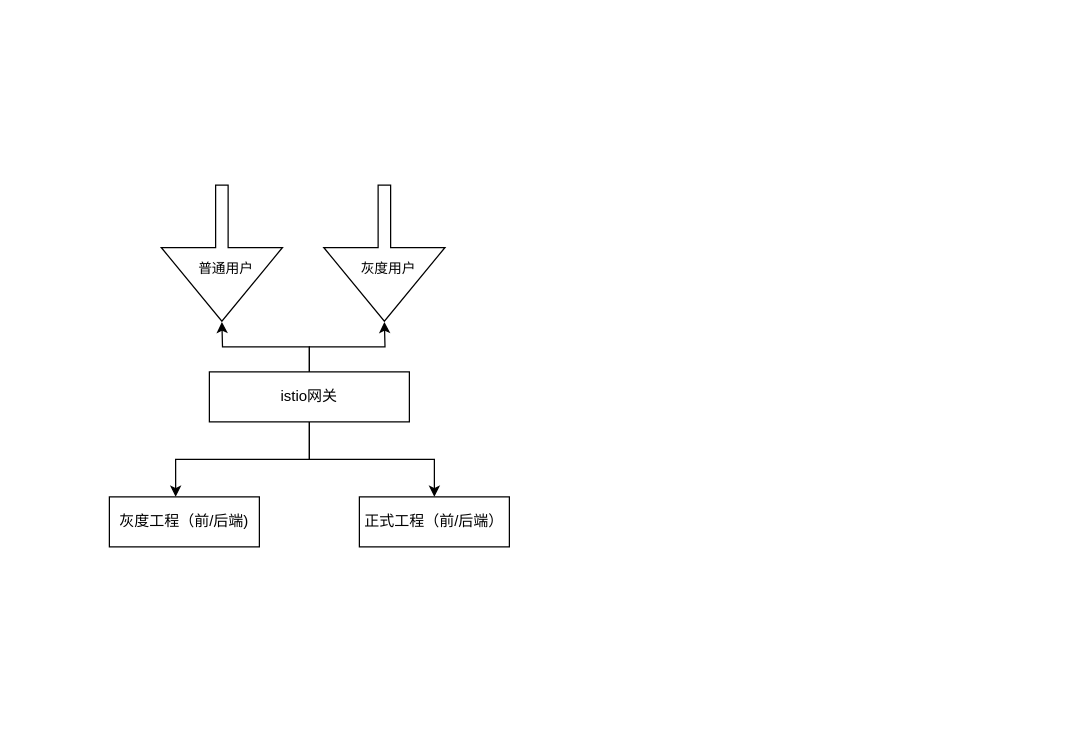
Before: istio可行性.drawio in sologgfun/mydrawio, a draw.io diagram. Source tidied: cells renumbered, new cells numbered last; positions are measured from the earlier drawing's top-left corner, leaving out a move shared by most shapes. Both pictures are drawn from the tidied source at 125%, with x=0, y=0 at pixel (109, 184).
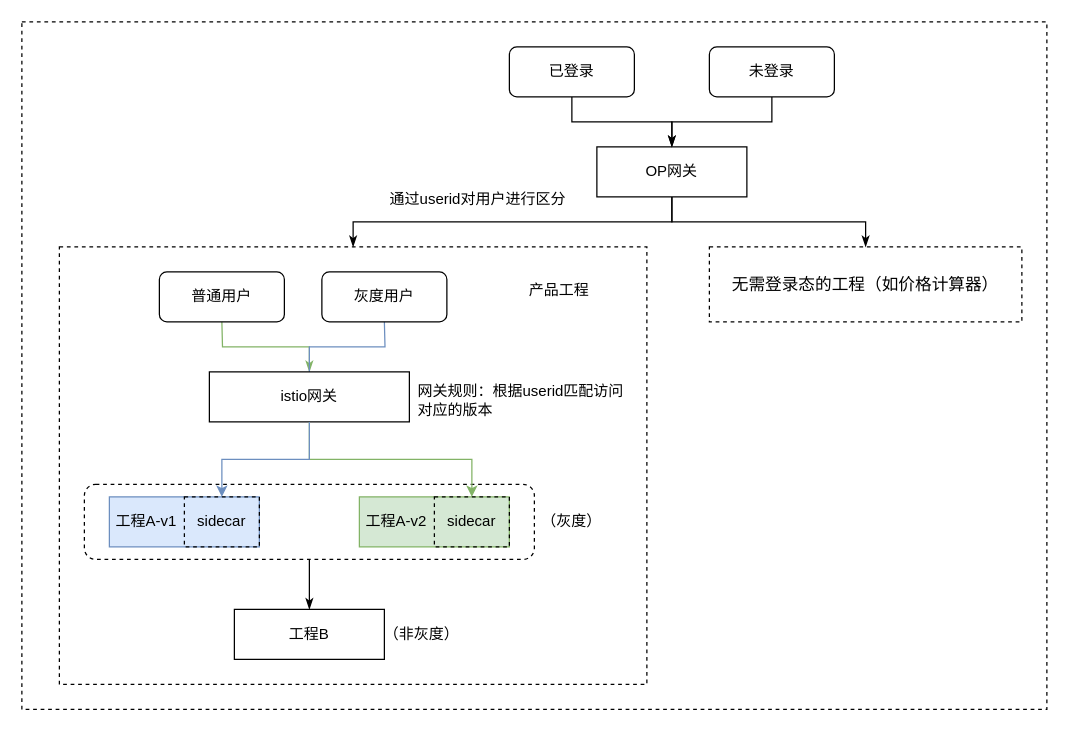
Above is the later version.

The change refers to these unchanged cells:
```xml
<mxCell id="6" value="istio网关" style="rounded=0;whiteSpace=wrap;html=1;" parent="1" vertex="1">
  <mxGeometry x="80" y="150" width="160" height="40" as="geometry" />
</mxCell>
```

Change to the diagram source:
```diff
@@
-    <mxCell id="2" style="edgeStyle=orthogonalEdgeStyle;rounded=0;jettySize=auto;html=1;" parent="1" edge="1" source="6" target="12">
-      <mxGeometry relative="1" as="geometry" />
-    </mxCell>
-    <mxCell id="3" style="edgeStyle=orthogonalEdgeStyle;rounded=0;jettySize=auto;html=1;entryX=0.442;entryY=0;entryDx=0;entryDy=0;entryPerimeter=0;" parent="1" edge="1" source="6" target="11">
-      <mxGeometry relative="1" as="geometry" />
-    </mxCell>
+    <mxCell id="13" style="rounded=0;whiteSpace=wrap;html=1;dashed=1;" parent="1" vertex="1">
+      <mxGeometry x="-70" y="-130" width="820" height="550" as="geometry" />
+    </mxCell>
+    <mxCell id="14" style="edgeStyle=orthogonalEdgeStyle;rounded=0;jettySize=auto;html=1;startArrow=none;startFill=0;endArrow=classicThin;endFill=1;" parent="1" edge="1" source="16" target="23">
+      <mxGeometry relative="1" as="geometry" />
+    </mxCell>
+    <mxCell id="15" style="edgeStyle=orthogonalEdgeStyle;rounded=0;jettySize=auto;html=1;entryX=0.5;entryY=0;entryDx=0;entryDy=0;startArrow=none;startFill=0;endArrow=classicThin;endFill=1;" parent="1" edge="1" source="16" target="21">
+      <mxGeometry relative="1" as="geometry" />
+    </mxCell>
+    <mxCell id="16" value="OP网关" style="rounded=0;whiteSpace=wrap;html=1;fillColor=none;" parent="1" vertex="1">
+      <mxGeometry x="390" y="-30" width="120" height="40" as="geometry" />
+    </mxCell>
+    <mxCell id="17" style="edgeStyle=orthogonalEdgeStyle;rounded=0;jettySize=auto;html=1;entryX=0.5;entryY=0;entryDx=0;entryDy=0;startArrow=none;startFill=0;endArrow=classicThin;endFill=1;" parent="1" edge="1" source="18" target="16">
+      <mxGeometry relative="1" as="geometry" />
+    </mxCell>
+    <mxCell id="18" value="已登录" style="rounded=1;whiteSpace=wrap;html=1;fillColor=none;" parent="1" vertex="1">
+      <mxGeometry x="320" y="-110" width="100" height="40" as="geometry" />
+    </mxCell>
+    <mxCell id="19" style="edgeStyle=orthogonalEdgeStyle;rounded=0;jettySize=auto;html=1;entryX=0.5;entryY=0;entryDx=0;entryDy=0;startArrow=none;startFill=0;endArrow=classicThin;endFill=1;" parent="1" edge="1" source="20" target="16">
+      <mxGeometry relative="1" as="geometry" />
+    </mxCell>
+    <mxCell id="20" value="未登录" style="rounded=1;whiteSpace=wrap;html=1;fillColor=none;" parent="1" vertex="1">
+      <mxGeometry x="480" y="-110" width="100" height="40" as="geometry" />
+    </mxCell>
+    <mxCell id="21" value="&lt;div style=&quot;text-align: left&quot;&gt;&lt;font face=&quot;droid sans fallback&quot;&gt;&lt;span style=&quot;font-size: 13.33px&quot;&gt;无需登录态的工程（如价格计算器）&lt;/span&gt;&lt;/font&gt;&lt;/div&gt;" style="rounded=0;whiteSpace=wrap;html=1;fillColor=none;dashed=1;" parent="1" vertex="1">
+      <mxGeometry x="480" y="50" width="250" height="60" as="geometry" />
+    </mxCell>
+    <mxCell id="22" value="通过userid对用户进行区分" style="text;html=1;strokeColor=none;fillColor=none;align=center;verticalAlign=middle;whiteSpace=wrap;rounded=0;dashed=1;" parent="1" vertex="1">
+      <mxGeometry x="220" y="-3" width="150" height="30" as="geometry" />
+    </mxCell>
+    <mxCell id="23" style="rounded=0;whiteSpace=wrap;html=1;dashed=1;fillColor=none;" parent="1" vertex="1">
+      <mxGeometry x="-40" y="50" width="470" height="350" as="geometry" />
+    </mxCell>
+    <mxCell id="24" style="rounded=1;whiteSpace=wrap;html=1;fillColor=none;dashed=1;" parent="1" vertex="1">
+      <mxGeometry x="-20" y="240" width="360" height="60" as="geometry" />
+    </mxCell>
-    <mxCell id="4" style="edgeStyle=orthogonalEdgeStyle;rounded=0;jettySize=auto;html=1;" parent="1" edge="1" source="6">
+    <mxCell id="4" style="edgeStyle=orthogonalEdgeStyle;rounded=0;jettySize=auto;html=1;endArrow=none;endFill=0;startArrow=classicThin;startFill=1;fillColor=#d5e8d4;strokeColor=#82b366;" parent="1" edge="1" source="6">
       <mxGeometry relative="1" as="geometry">
         <mxPoint x="90" y="110" as="targetPoint" />
       </mxGeometry>
     </mxCell>
-    <mxCell id="5" style="edgeStyle=orthogonalEdgeStyle;rounded=0;jettySize=auto;html=1;" parent="1" edge="1" source="6">
+    <mxCell id="5" style="edgeStyle=orthogonalEdgeStyle;rounded=0;jettySize=auto;html=1;endArrow=none;endFill=0;fillColor=#dae8fc;strokeColor=#6c8ebf;" parent="1" edge="1" source="6">
       <mxGeometry relative="1" as="geometry">
         <mxPoint x="220" y="110" as="targetPoint" />
       </mxGeometry>
     </mxCell>
@@
-    <mxCell id="7" style="shape=flexArrow;endArrow=classic;html=1;rounded=0;endWidth=86;endSize=19.33;" parent="1" edge="1">
-      <mxGeometry relative="1" as="geometry">
-        <mxPoint x="90" as="sourcePoint" />
-        <mxPoint x="90" y="110" as="targetPoint" />
-      </mxGeometry>
-    </mxCell>
+    <mxCell id="11" value="&amp;nbsp;工程A-v1" style="rounded=0;whiteSpace=wrap;html=1;fillColor=#dae8fc;strokeColor=#6c8ebf;align=left;" parent="1" vertex="1">
+      <mxGeometry y="250" width="120" height="40" as="geometry" />
+    </mxCell>
+    <mxCell id="25" value="网关规则：根据userid匹配访问对应的版本" style="text;html=1;strokeColor=none;fillColor=none;align=left;verticalAlign=middle;whiteSpace=wrap;rounded=0;" parent="1" vertex="1">
+      <mxGeometry x="245" y="158" width="170" height="30" as="geometry" />
+    </mxCell>
+    <mxCell id="2" style="edgeStyle=orthogonalEdgeStyle;rounded=0;jettySize=auto;html=1;fillColor=#d5e8d4;strokeColor=#82b366;entryX=0.5;entryY=0;entryDx=0;entryDy=0;" parent="1" edge="1" target="31">
+      <mxGeometry relative="1" as="geometry">
+        <mxPoint x="160" y="190" as="sourcePoint" />
+        <Array as="points">
+          <mxPoint x="160" y="220" />
+          <mxPoint x="290" y="220" />
+        </Array>
+      </mxGeometry>
+    </mxCell>
+    <mxCell id="3" style="edgeStyle=orthogonalEdgeStyle;rounded=0;jettySize=auto;html=1;entryX=0.5;entryY=0;entryDx=0;entryDy=0;fillColor=#dae8fc;strokeColor=#6c8ebf;" parent="1" edge="1" source="6" target="29">
+      <mxGeometry relative="1" as="geometry" />
+    </mxCell>
+    <mxCell id="26" value="工程B" style="rounded=0;whiteSpace=wrap;html=1;" parent="1" vertex="1">
+      <mxGeometry x="100" y="340" width="120" height="40" as="geometry" />
+    </mxCell>
+    <mxCell id="27" style="edgeStyle=orthogonalEdgeStyle;rounded=0;jettySize=auto;html=1;startArrow=none;startFill=0;endArrow=classicThin;endFill=1;" parent="1" edge="1" source="24" target="26">
+      <mxGeometry relative="1" as="geometry" />
+    </mxCell>
+    <mxCell id="28" value="产品工程" style="text;html=1;strokeColor=none;fillColor=none;align=center;verticalAlign=middle;whiteSpace=wrap;rounded=0;dashed=1;" parent="1" vertex="1">
+      <mxGeometry x="320" y="70" width="80" height="30" as="geometry" />
+    </mxCell>
-    <mxCell id="8" value="普通用户" style="edgeLabel;html=1;align=center;verticalAlign=middle;" parent="7" vertex="1">
-      <mxGeometry x="0.2" y="2" relative="1" as="geometry" />
+    <mxCell id="8" value="普通用户" style="rounded=1;whiteSpace=wrap;html=1;fillColor=none;" parent="1" vertex="1">
+      <mxGeometry x="40" y="70" width="100" height="40" as="geometry" />
     </mxCell>
-    <mxCell id="9" style="shape=flexArrow;endArrow=classic;html=1;rounded=0;endWidth=86;endSize=19.33;" parent="1" edge="1">
-      <mxGeometry relative="1" as="geometry">
-        <mxPoint x="220" as="sourcePoint" />
-        <mxPoint x="220" y="110" as="targetPoint" />
-      </mxGeometry>
-    </mxCell>
-    <mxCell id="10" value="灰度用户" style="edgeLabel;html=1;align=center;verticalAlign=middle;" parent="9" vertex="1">
-      <mxGeometry x="0.2" y="2" relative="1" as="geometry" />
+    <mxCell id="10" value="灰度用户" style="rounded=1;whiteSpace=wrap;html=1;fillColor=none;" parent="1" vertex="1">
+      <mxGeometry x="170" y="70" width="100" height="40" as="geometry" />
     </mxCell>
-    <mxCell id="11" value="灰度工程（前/后端)" style="rounded=0;whiteSpace=wrap;html=1;" parent="1" vertex="1">
-      <mxGeometry y="250" width="120" height="40" as="geometry" />
-    </mxCell>
-    <mxCell id="12" value="正式工程（前/后端）" style="rounded=0;whiteSpace=wrap;html=1;" parent="1" vertex="1">
-      <mxGeometry x="200" y="250" width="120" height="40" as="geometry" />
-    </mxCell>
+    <mxCell id="29" value="sidecar" style="rounded=0;whiteSpace=wrap;html=1;dashed=1;fillColor=none;" parent="1" vertex="1">
+      <mxGeometry x="60" y="250" width="60" height="40" as="geometry" />
+    </mxCell>
+    <mxCell id="30" value="&amp;nbsp;工程A-v2" style="rounded=0;whiteSpace=wrap;html=1;fillColor=#d5e8d4;strokeColor=#82b366;align=left;" parent="1" vertex="1">
+      <mxGeometry x="200" y="250" width="120" height="40" as="geometry" />
+    </mxCell>
+    <mxCell id="31" value="sidecar" style="rounded=0;whiteSpace=wrap;html=1;dashed=1;fillColor=none;" parent="1" vertex="1">
+      <mxGeometry x="260" y="250" width="60" height="40" as="geometry" />
+    </mxCell>
+    <mxCell id="32" value="（灰度）" style="text;html=1;strokeColor=none;fillColor=none;align=center;verticalAlign=middle;whiteSpace=wrap;rounded=0;dashed=1;" parent="1" vertex="1">
+      <mxGeometry x="340" y="255" width="60" height="30" as="geometry" />
+    </mxCell>
+    <mxCell id="33" value="（非灰度）" style="text;html=1;strokeColor=none;fillColor=none;align=center;verticalAlign=middle;whiteSpace=wrap;rounded=0;dashed=1;" parent="1" vertex="1">
+      <mxGeometry x="210" y="345" width="80" height="30" as="geometry" />
+    </mxCell>
```
